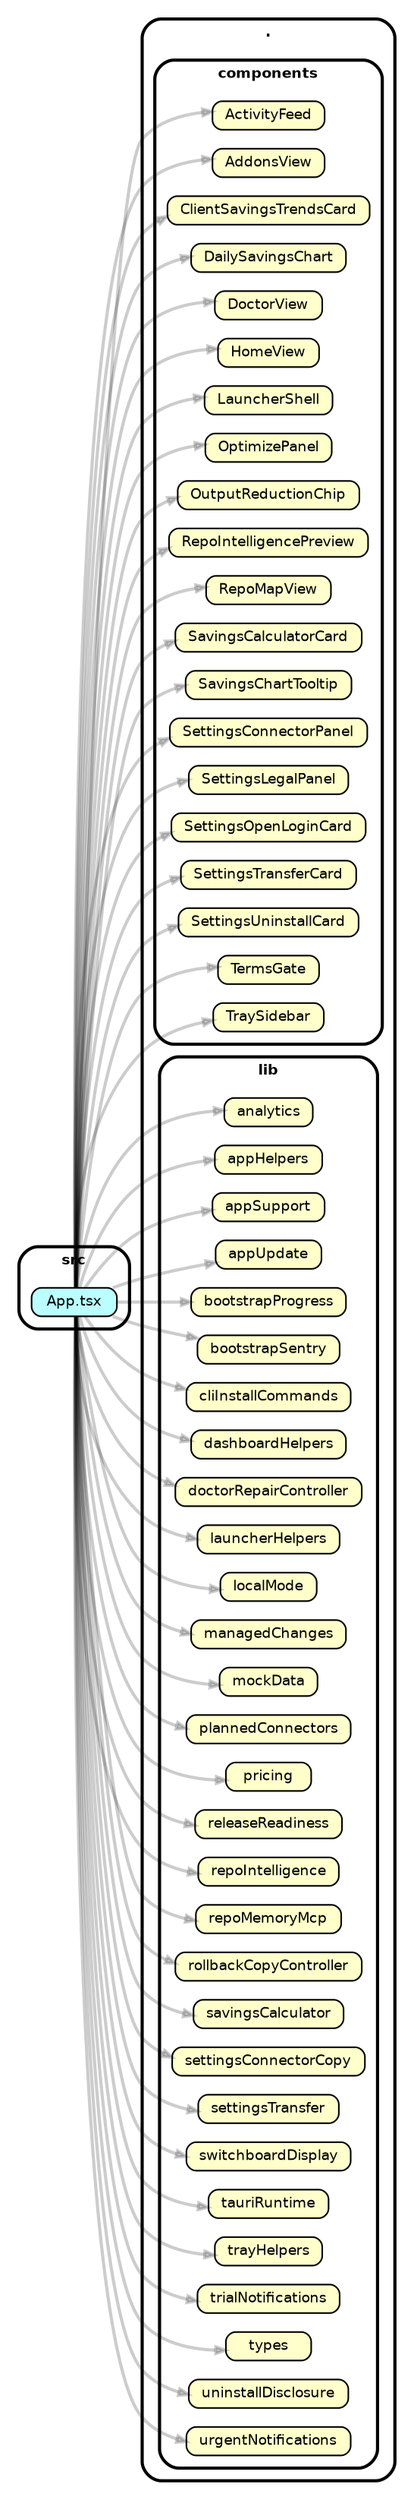
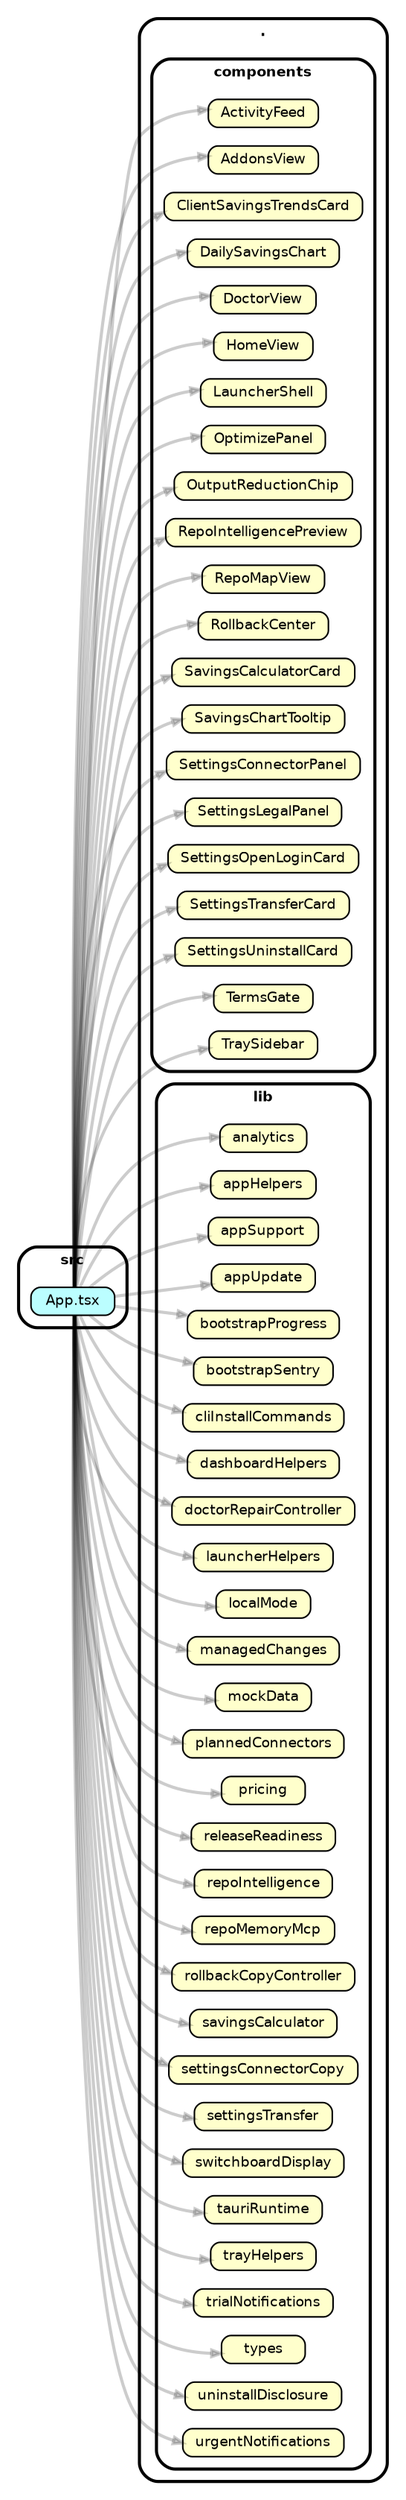
strict digraph "dependency-cruiser output"{
    rankdir="LR" splines="true" overlap="false" nodesep="0.16" ranksep="0.18" fontname="Helvetica-bold" fontsize="9" style="rounded,bold,filled" fillcolor="#ffffff" compound="true"
    node [shape="box" style="rounded, filled" height="0.2" color="black" fillcolor="#ffffcc" fontcolor="black" fontname="Helvetica" fontsize="9"]
    edge [arrowhead="normal" arrowsize="0.6" penwidth="2.0" color="#00000033" fontname="Helvetica" fontsize="9"]

    subgraph "cluster_." {label="." subgraph "cluster_./components" {label="components" "./components/ActivityFeed" [label=<ActivityFeed> tooltip="ActivityFeed" ] } }
    subgraph "cluster_." {label="." subgraph "cluster_./components" {label="components" "./components/AddonsView" [label=<AddonsView> tooltip="AddonsView" ] } }
    subgraph "cluster_." {label="." subgraph "cluster_./components" {label="components" "./components/ClientSavingsTrendsCard" [label=<ClientSavingsTrendsCard> tooltip="ClientSavingsTrendsCard" ] } }
    subgraph "cluster_." {label="." subgraph "cluster_./components" {label="components" "./components/DailySavingsChart" [label=<DailySavingsChart> tooltip="DailySavingsChart" ] } }
    subgraph "cluster_." {label="." subgraph "cluster_./components" {label="components" "./components/DoctorView" [label=<DoctorView> tooltip="DoctorView" ] } }
    subgraph "cluster_." {label="." subgraph "cluster_./components" {label="components" "./components/HomeView" [label=<HomeView> tooltip="HomeView" ] } }
    subgraph "cluster_." {label="." subgraph "cluster_./components" {label="components" "./components/LauncherShell" [label=<LauncherShell> tooltip="LauncherShell" ] } }
    subgraph "cluster_." {label="." subgraph "cluster_./components" {label="components" "./components/OptimizePanel" [label=<OptimizePanel> tooltip="OptimizePanel" ] } }
    subgraph "cluster_." {label="." subgraph "cluster_./components" {label="components" "./components/OutputReductionChip" [label=<OutputReductionChip> tooltip="OutputReductionChip" ] } }
    subgraph "cluster_." {label="." subgraph "cluster_./components" {label="components" "./components/RepoIntelligencePreview" [label=<RepoIntelligencePreview> tooltip="RepoIntelligencePreview" ] } }
    subgraph "cluster_." {label="." subgraph "cluster_./components" {label="components" "./components/RepoMapView" [label=<RepoMapView> tooltip="RepoMapView" ] } }
+     subgraph "cluster_." {label="." subgraph "cluster_./components" {label="components" "./components/RollbackCenter" [label=<RollbackCenter> tooltip="RollbackCenter" ] } }
    subgraph "cluster_." {label="." subgraph "cluster_./components" {label="components" "./components/SavingsCalculatorCard" [label=<SavingsCalculatorCard> tooltip="SavingsCalculatorCard" ] } }
    subgraph "cluster_." {label="." subgraph "cluster_./components" {label="components" "./components/SavingsChartTooltip" [label=<SavingsChartTooltip> tooltip="SavingsChartTooltip" ] } }
    subgraph "cluster_." {label="." subgraph "cluster_./components" {label="components" "./components/SettingsConnectorPanel" [label=<SettingsConnectorPanel> tooltip="SettingsConnectorPanel" ] } }
    subgraph "cluster_." {label="." subgraph "cluster_./components" {label="components" "./components/SettingsLegalPanel" [label=<SettingsLegalPanel> tooltip="SettingsLegalPanel" ] } }
    subgraph "cluster_." {label="." subgraph "cluster_./components" {label="components" "./components/SettingsOpenLoginCard" [label=<SettingsOpenLoginCard> tooltip="SettingsOpenLoginCard" ] } }
    subgraph "cluster_." {label="." subgraph "cluster_./components" {label="components" "./components/SettingsTransferCard" [label=<SettingsTransferCard> tooltip="SettingsTransferCard" ] } }
    subgraph "cluster_." {label="." subgraph "cluster_./components" {label="components" "./components/SettingsUninstallCard" [label=<SettingsUninstallCard> tooltip="SettingsUninstallCard" ] } }
    subgraph "cluster_." {label="." subgraph "cluster_./components" {label="components" "./components/TermsGate" [label=<TermsGate> tooltip="TermsGate" ] } }
    subgraph "cluster_." {label="." subgraph "cluster_./components" {label="components" "./components/TraySidebar" [label=<TraySidebar> tooltip="TraySidebar" ] } }
    subgraph "cluster_." {label="." subgraph "cluster_./lib" {label="lib" "./lib/analytics" [label=<analytics> tooltip="analytics" ] } }
    subgraph "cluster_." {label="." subgraph "cluster_./lib" {label="lib" "./lib/appHelpers" [label=<appHelpers> tooltip="appHelpers" ] } }
    subgraph "cluster_." {label="." subgraph "cluster_./lib" {label="lib" "./lib/appSupport" [label=<appSupport> tooltip="appSupport" ] } }
    subgraph "cluster_." {label="." subgraph "cluster_./lib" {label="lib" "./lib/appUpdate" [label=<appUpdate> tooltip="appUpdate" ] } }
    subgraph "cluster_." {label="." subgraph "cluster_./lib" {label="lib" "./lib/bootstrapProgress" [label=<bootstrapProgress> tooltip="bootstrapProgress" ] } }
    subgraph "cluster_." {label="." subgraph "cluster_./lib" {label="lib" "./lib/bootstrapSentry" [label=<bootstrapSentry> tooltip="bootstrapSentry" ] } }
    subgraph "cluster_." {label="." subgraph "cluster_./lib" {label="lib" "./lib/cliInstallCommands" [label=<cliInstallCommands> tooltip="cliInstallCommands" ] } }
    subgraph "cluster_." {label="." subgraph "cluster_./lib" {label="lib" "./lib/dashboardHelpers" [label=<dashboardHelpers> tooltip="dashboardHelpers" ] } }
    subgraph "cluster_." {label="." subgraph "cluster_./lib" {label="lib" "./lib/doctorRepairController" [label=<doctorRepairController> tooltip="doctorRepairController" ] } }
    subgraph "cluster_." {label="." subgraph "cluster_./lib" {label="lib" "./lib/launcherHelpers" [label=<launcherHelpers> tooltip="launcherHelpers" ] } }
    subgraph "cluster_." {label="." subgraph "cluster_./lib" {label="lib" "./lib/localMode" [label=<localMode> tooltip="localMode" ] } }
    subgraph "cluster_." {label="." subgraph "cluster_./lib" {label="lib" "./lib/managedChanges" [label=<managedChanges> tooltip="managedChanges" ] } }
    subgraph "cluster_." {label="." subgraph "cluster_./lib" {label="lib" "./lib/mockData" [label=<mockData> tooltip="mockData" ] } }
    subgraph "cluster_." {label="." subgraph "cluster_./lib" {label="lib" "./lib/plannedConnectors" [label=<plannedConnectors> tooltip="plannedConnectors" ] } }
    subgraph "cluster_." {label="." subgraph "cluster_./lib" {label="lib" "./lib/pricing" [label=<pricing> tooltip="pricing" ] } }
    subgraph "cluster_." {label="." subgraph "cluster_./lib" {label="lib" "./lib/releaseReadiness" [label=<releaseReadiness> tooltip="releaseReadiness" ] } }
    subgraph "cluster_." {label="." subgraph "cluster_./lib" {label="lib" "./lib/repoIntelligence" [label=<repoIntelligence> tooltip="repoIntelligence" ] } }
    subgraph "cluster_." {label="." subgraph "cluster_./lib" {label="lib" "./lib/repoMemoryMcp" [label=<repoMemoryMcp> tooltip="repoMemoryMcp" ] } }
    subgraph "cluster_." {label="." subgraph "cluster_./lib" {label="lib" "./lib/rollbackCopyController" [label=<rollbackCopyController> tooltip="rollbackCopyController" ] } }
    subgraph "cluster_." {label="." subgraph "cluster_./lib" {label="lib" "./lib/savingsCalculator" [label=<savingsCalculator> tooltip="savingsCalculator" ] } }
    subgraph "cluster_." {label="." subgraph "cluster_./lib" {label="lib" "./lib/settingsConnectorCopy" [label=<settingsConnectorCopy> tooltip="settingsConnectorCopy" ] } }
    subgraph "cluster_." {label="." subgraph "cluster_./lib" {label="lib" "./lib/settingsTransfer" [label=<settingsTransfer> tooltip="settingsTransfer" ] } }
    subgraph "cluster_." {label="." subgraph "cluster_./lib" {label="lib" "./lib/switchboardDisplay" [label=<switchboardDisplay> tooltip="switchboardDisplay" ] } }
    subgraph "cluster_." {label="." subgraph "cluster_./lib" {label="lib" "./lib/tauriRuntime" [label=<tauriRuntime> tooltip="tauriRuntime" ] } }
    subgraph "cluster_." {label="." subgraph "cluster_./lib" {label="lib" "./lib/trayHelpers" [label=<trayHelpers> tooltip="trayHelpers" ] } }
    subgraph "cluster_." {label="." subgraph "cluster_./lib" {label="lib" "./lib/trialNotifications" [label=<trialNotifications> tooltip="trialNotifications" ] } }
    subgraph "cluster_." {label="." subgraph "cluster_./lib" {label="lib" "./lib/types" [label=<types> tooltip="types" ] } }
    subgraph "cluster_." {label="." subgraph "cluster_./lib" {label="lib" "./lib/uninstallDisclosure" [label=<uninstallDisclosure> tooltip="uninstallDisclosure" ] } }
    subgraph "cluster_." {label="." subgraph "cluster_./lib" {label="lib" "./lib/urgentNotifications" [label=<urgentNotifications> tooltip="urgentNotifications" ] } }
    subgraph "cluster_src" {label="src" "src/App.tsx" [label=<App.tsx> tooltip="App.tsx" URL="src/App.tsx" fillcolor="#bbfeff"] }
    "src/App.tsx" -> "./components/ActivityFeed"
    "src/App.tsx" -> "./components/AddonsView"
    "src/App.tsx" -> "./components/ClientSavingsTrendsCard"
    "src/App.tsx" -> "./components/DailySavingsChart"
    "src/App.tsx" -> "./components/DoctorView"
    "src/App.tsx" -> "./components/HomeView"
    "src/App.tsx" -> "./components/LauncherShell"
    "src/App.tsx" -> "./components/OptimizePanel"
    "src/App.tsx" -> "./components/OutputReductionChip"
    "src/App.tsx" -> "./components/RepoIntelligencePreview"
    "src/App.tsx" -> "./components/RepoMapView"
+     "src/App.tsx" -> "./components/RollbackCenter"
    "src/App.tsx" -> "./components/SavingsCalculatorCard"
    "src/App.tsx" -> "./components/SavingsChartTooltip"
    "src/App.tsx" -> "./components/SettingsConnectorPanel"
    "src/App.tsx" -> "./components/SettingsLegalPanel"
    "src/App.tsx" -> "./components/SettingsOpenLoginCard"
    "src/App.tsx" -> "./components/SettingsTransferCard"
    "src/App.tsx" -> "./components/SettingsUninstallCard"
    "src/App.tsx" -> "./components/TermsGate"
    "src/App.tsx" -> "./components/TraySidebar"
    "src/App.tsx" -> "./lib/analytics"
    "src/App.tsx" -> "./lib/appHelpers"
    "src/App.tsx" -> "./lib/appSupport"
    "src/App.tsx" -> "./lib/appUpdate"
    "src/App.tsx" -> "./lib/bootstrapProgress"
    "src/App.tsx" -> "./lib/bootstrapSentry"
    "src/App.tsx" -> "./lib/cliInstallCommands"
    "src/App.tsx" -> "./lib/dashboardHelpers"
    "src/App.tsx" -> "./lib/doctorRepairController"
    "src/App.tsx" -> "./lib/launcherHelpers"
    "src/App.tsx" -> "./lib/localMode"
    "src/App.tsx" -> "./lib/managedChanges"
    "src/App.tsx" -> "./lib/mockData"
    "src/App.tsx" -> "./lib/plannedConnectors"
    "src/App.tsx" -> "./lib/pricing"
    "src/App.tsx" -> "./lib/releaseReadiness"
    "src/App.tsx" -> "./lib/repoIntelligence"
    "src/App.tsx" -> "./lib/repoMemoryMcp"
    "src/App.tsx" -> "./lib/rollbackCopyController"
    "src/App.tsx" -> "./lib/savingsCalculator"
    "src/App.tsx" -> "./lib/settingsConnectorCopy"
    "src/App.tsx" -> "./lib/settingsTransfer"
    "src/App.tsx" -> "./lib/switchboardDisplay"
    "src/App.tsx" -> "./lib/tauriRuntime"
    "src/App.tsx" -> "./lib/trayHelpers"
    "src/App.tsx" -> "./lib/trialNotifications"
    "src/App.tsx" -> "./lib/types"
    "src/App.tsx" -> "./lib/uninstallDisclosure"
    "src/App.tsx" -> "./lib/urgentNotifications"
}
